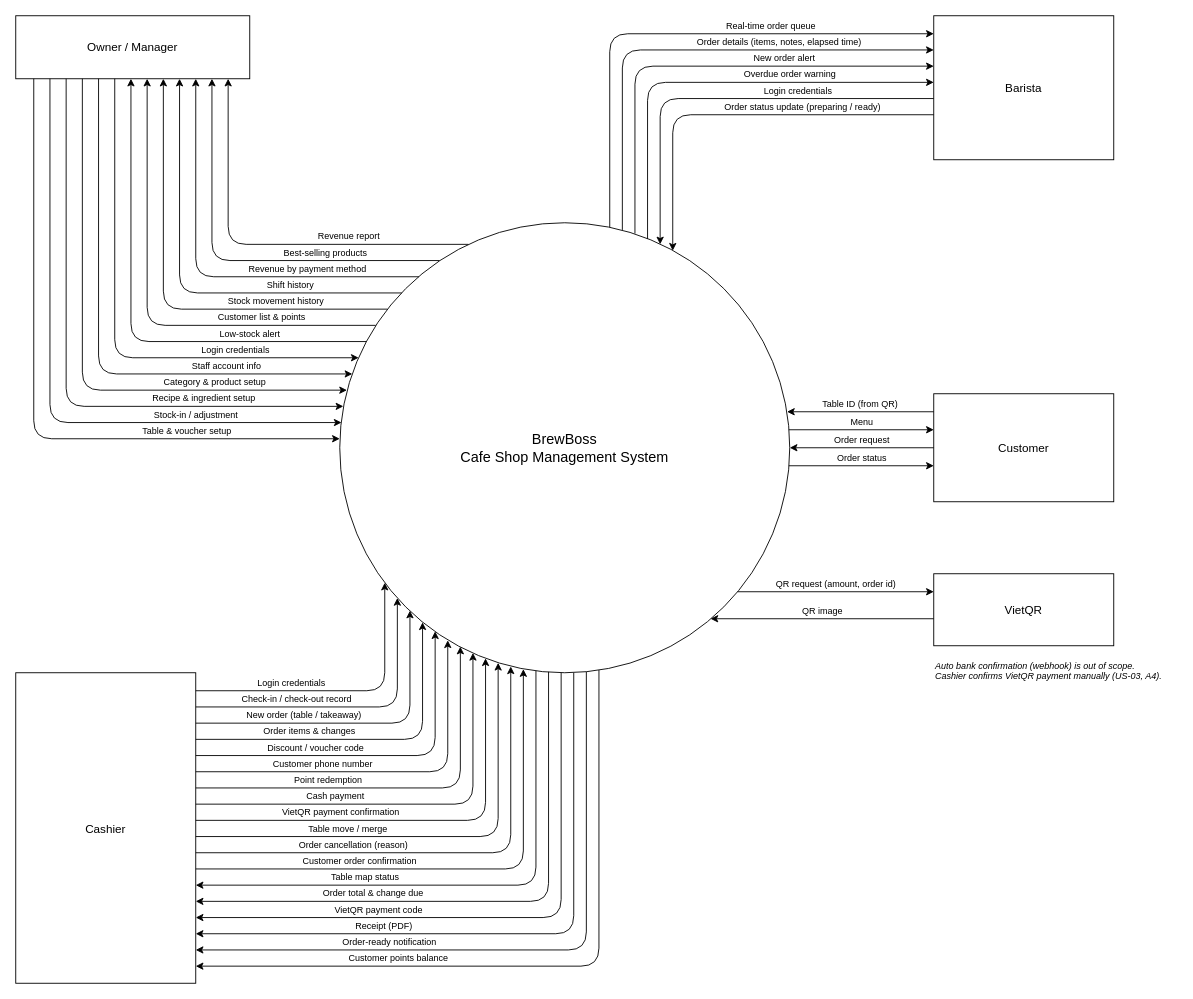
The draw.io diagram docs/diagrams/context-diagram.drawio in huytran303/CafeManagementSystem, before the edit. Source tidied: cells renumbered, new cells numbered last; positions are measured from the earlier drawing's top-left corner, leaving out a move shared by most shapes. Both pictures are drawn from the tidied source at 90%, with x=0, y=0 at pixel (15, 15).
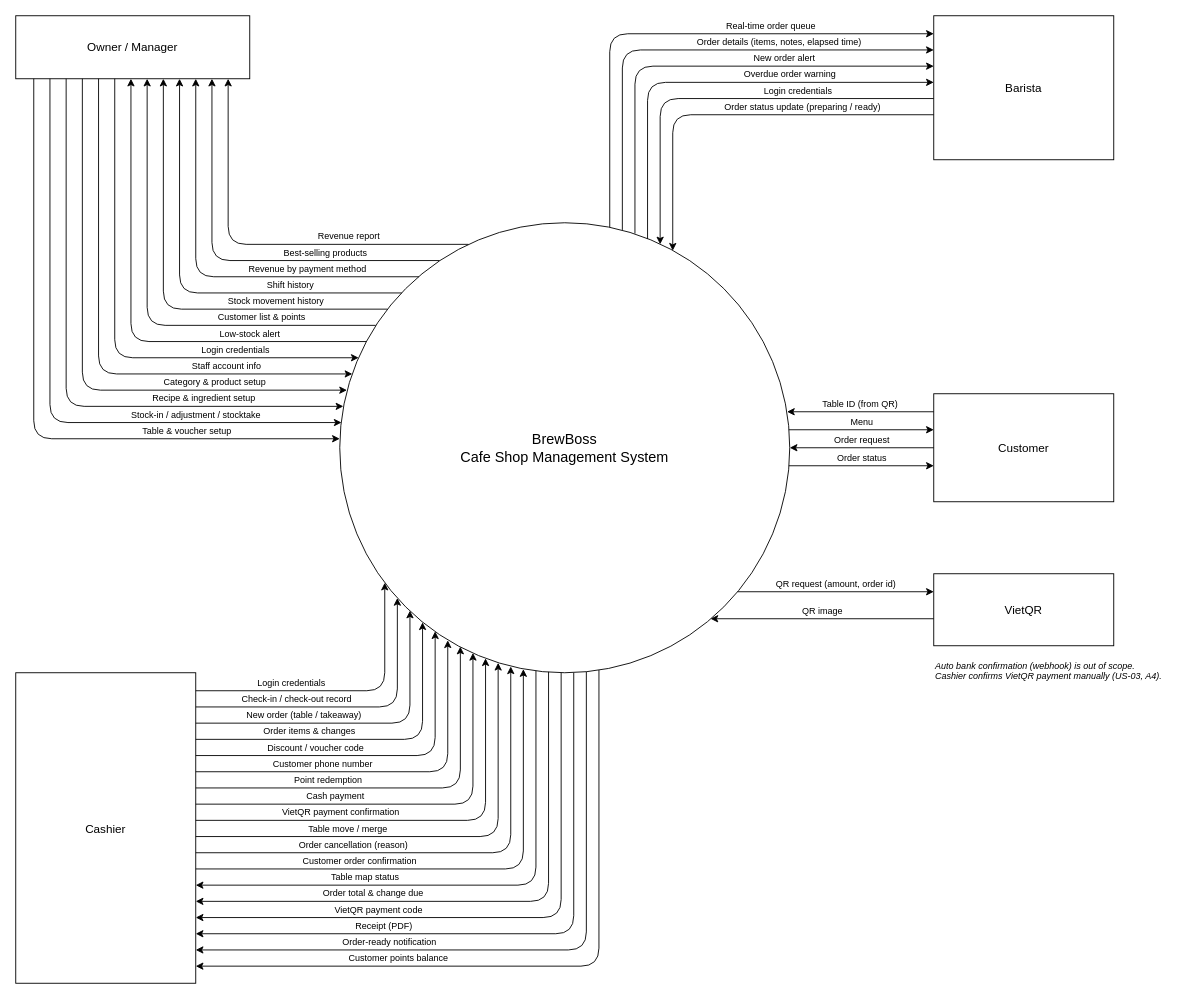
The same diagram, later.

Commit message (it also covers changes not shown here):
docs(diagrams): reflect cancel waste and stocktake in diagrams

Change to the diagram source:
```diff
@@
-    <mxCell id="15" value="Stock-in / adjustment" style="rounded=1;arcSize=40;edgeStyle=none;endArrow=classic;endFill=1;html=1;strokeWidth=1;fontSize=10;labelBackgroundColor=none;verticalAlign=bottom;spacingBottom=0;" parent="1" edge="1">
+    <mxCell id="15" value="Stock-in / adjustment / stocktake" style="rounded=1;arcSize=40;edgeStyle=none;endArrow=classic;endFill=1;html=1;strokeWidth=1;fontSize=10;labelBackgroundColor=none;verticalAlign=bottom;spacingBottom=0;" parent="1" edge="1">
       <mxGeometry x="0.54" relative="1" as="geometry">
         <mxPoint x="38" y="70" as="sourcePoint" />
         <mxPoint x="362" y="452" as="targetPoint" />
         <Array as="points">
           <mxPoint x="38" y="452" />
         </Array>
       </mxGeometry>
     </mxCell>
```
